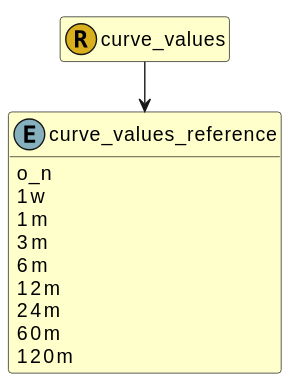
The PlantUML diagram images/fire.model.curve_values_reference.svg in Schemarise/demo-alfa-with-fire-json-model, before a commit.
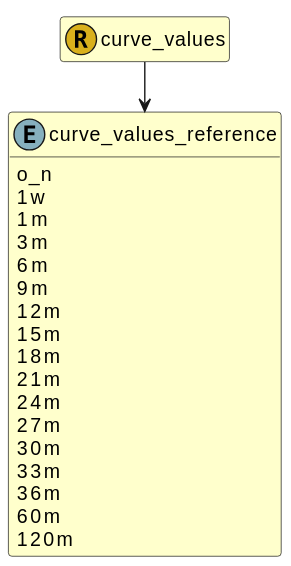
After the commit.

The edit, as a diff of the source:
```diff
@@ -17,8 +17,16 @@
   1m
   3m
   6m
+  9m
   12m
+  15m
+  18m
+  21m
   24m
+  27m
+  30m
+  33m
+  36m
   60m
   120m
 
```
